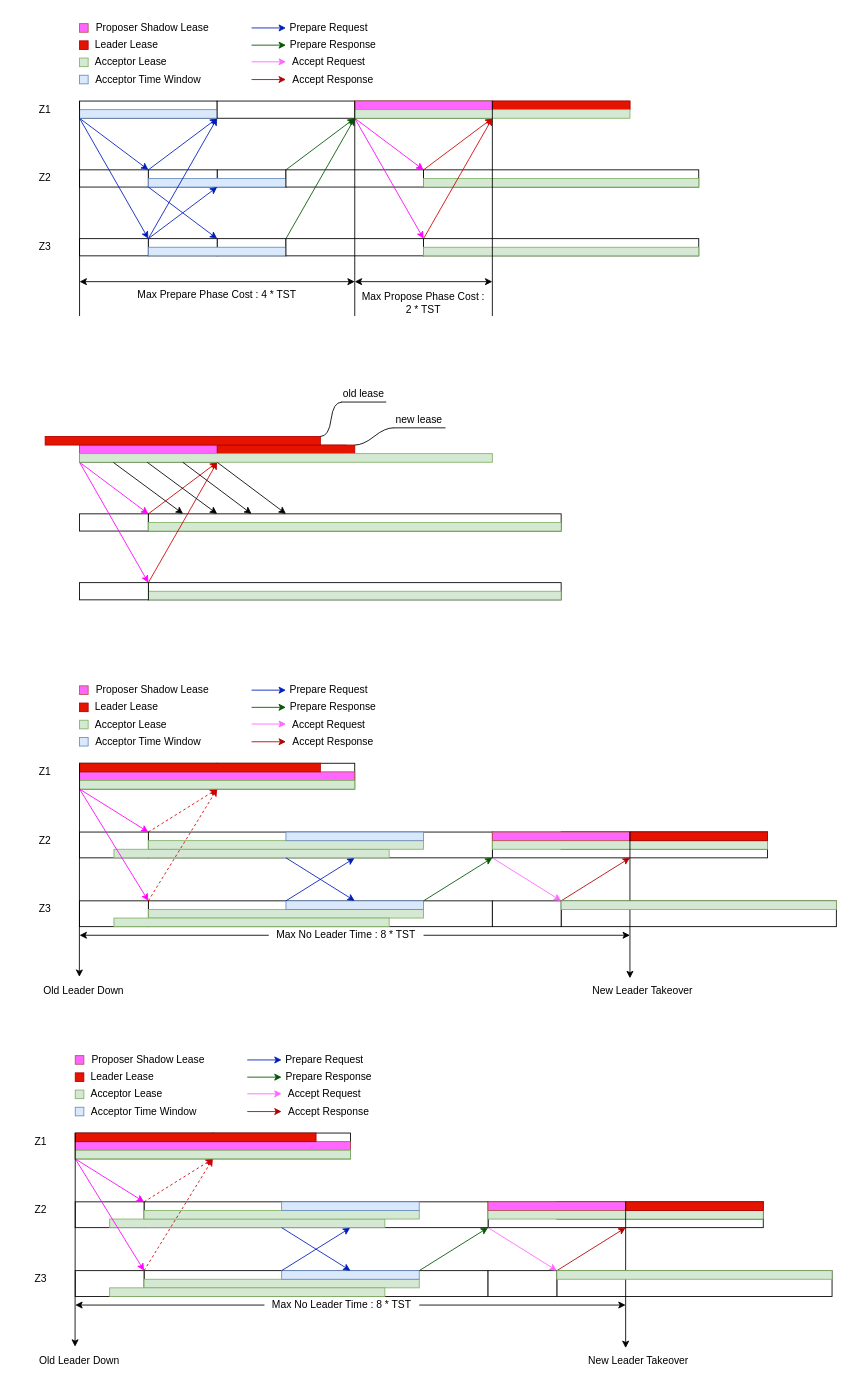
Earlier version of the draw.io diagram page "第 1 页" (1 of 2) of 未命名绘图.drawio (fengdeyiji/election). Source tidied: cells renumbered, new cells numbered last; positions are measured from the earlier drawing's top-left corner, leaving out a move shared by most shapes. Both pictures are drawn from the tidied source at 86%, with x=0, y=0 at pixel (15, 15).
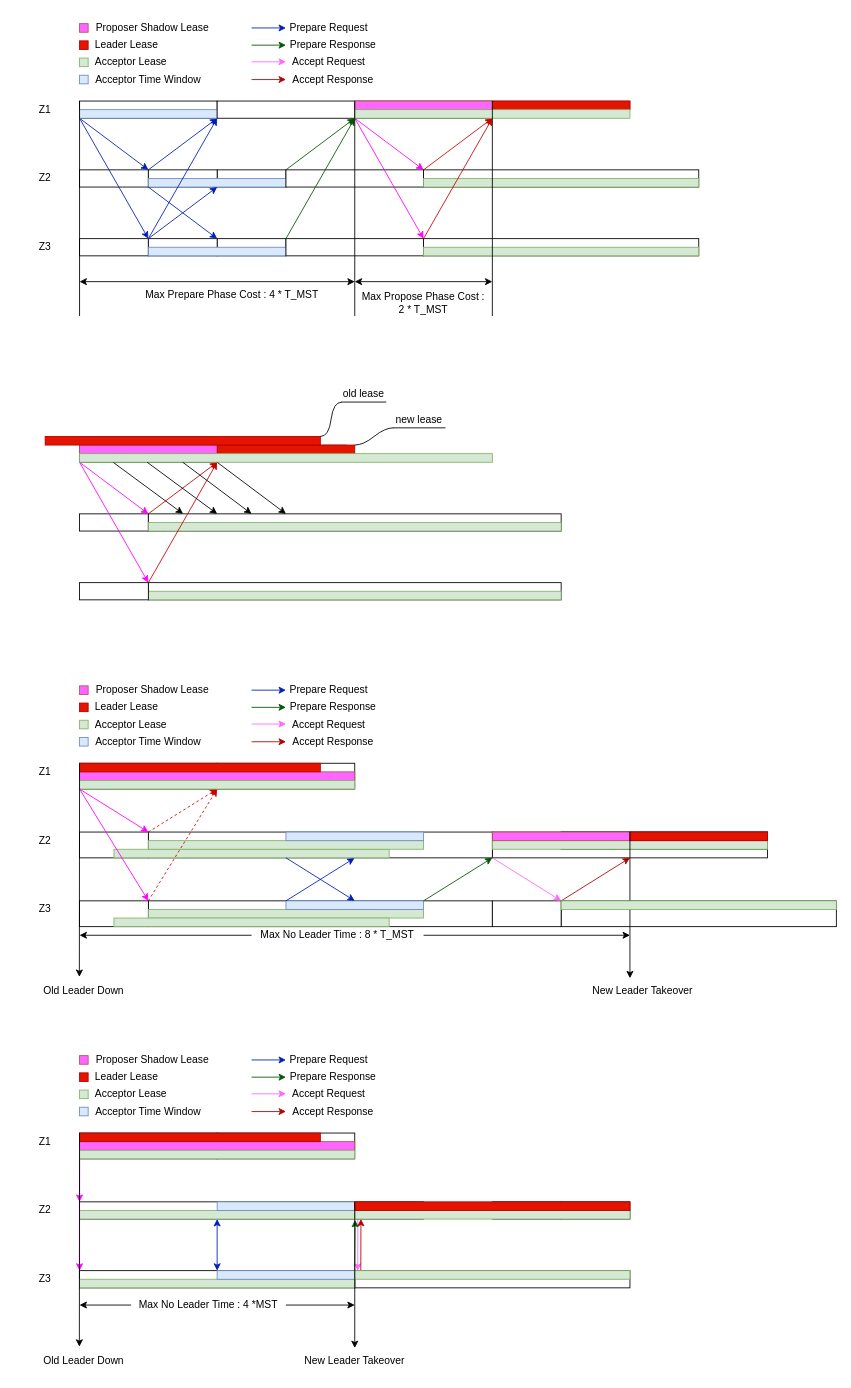
The same page after the edit.

Commit message:
更新未命名绘图.drawio

Change to the diagram source:
```diff
@@
-    <mxCell id="56" value="Max Prepare Phase Cost : 4 * TST" style="text;html=1;strokeColor=none;fillColor=none;align=center;verticalAlign=middle;whiteSpace=wrap;rounded=0;" parent="1" vertex="1">
-      <mxGeometry x="140" y="310" width="190" height="30" as="geometry" />
+    <mxCell id="56" value="Max Prepare Phase Cost : 4 * T_MST" style="text;html=1;strokeColor=none;fillColor=none;align=center;verticalAlign=middle;whiteSpace=wrap;rounded=0;" parent="1" vertex="1">
+      <mxGeometry x="140" y="310" width="225" height="30" as="geometry" />
     </mxCell>
@@
-    <mxCell id="67" value="Max Propose Phase Cost : &lt;br&gt;2 * TST" style="text;html=1;strokeColor=none;fillColor=none;align=center;verticalAlign=middle;whiteSpace=wrap;rounded=0;" parent="1" vertex="1">
+    <mxCell id="67" value="Max Propose Phase Cost : &lt;br&gt;2 * T_MST" style="text;html=1;strokeColor=none;fillColor=none;align=center;verticalAlign=middle;whiteSpace=wrap;rounded=0;" parent="1" vertex="1">
       <mxGeometry x="380" y="320" width="190" height="30" as="geometry" />
     </mxCell>
@@
-    <mxCell id="116" value="Max No Leader Time : 8 * TST" style="text;html=1;strokeColor=none;fillColor=none;align=center;verticalAlign=middle;whiteSpace=wrap;rounded=0;" parent="1" vertex="1">
-      <mxGeometry x="295" y="1055" width="180" height="30" as="geometry" />
+    <mxCell id="116" value="Max No Leader Time : 8 * T_MST" style="text;html=1;strokeColor=none;fillColor=none;align=center;verticalAlign=middle;whiteSpace=wrap;rounded=0;" parent="1" vertex="1">
+      <mxGeometry x="275" y="1055" width="200" height="30" as="geometry" />
     </mxCell>
@@
-    <mxCell id="143" style="rounded=0;whiteSpace=wrap;html=1;" parent="1" vertex="1">
-      <mxGeometry x="550" y="1380" width="320" height="30" as="geometry" />
-    </mxCell>
     <mxCell id="144" style="rounded=0;whiteSpace=wrap;html=1;" parent="1" vertex="1">
-      <mxGeometry x="150" y="1380" width="400" height="30" as="geometry" />
+      <mxGeometry x="75" y="1380" width="400" height="20" as="geometry" />
     </mxCell>
-    <mxCell id="145" style="rounded=0;whiteSpace=wrap;html=1;" parent="1" vertex="1">
-      <mxGeometry x="70" y="1380" width="80" height="30" as="geometry" />
-    </mxCell>
-    <mxCell id="146" style="rounded=0;whiteSpace=wrap;html=1;fillColor=#d5e8d4;strokeColor=#82b366;" parent="1" vertex="1">
-      <mxGeometry x="110" y="1400" width="320" height="10" as="geometry" />
-    </mxCell>
     <mxCell id="147" style="rounded=0;whiteSpace=wrap;html=1;" parent="1" vertex="1">
-      <mxGeometry x="630" y="1460" width="320" height="30" as="geometry" />
+      <mxGeometry x="395" y="1460" width="320" height="20" as="geometry" />
     </mxCell>
     <mxCell id="148" style="rounded=0;whiteSpace=wrap;html=1;" parent="1" vertex="1">
-      <mxGeometry x="230" y="1300" width="160" height="30" as="geometry" />
+      <mxGeometry x="235" y="1300" width="160" height="30" as="geometry" />
     </mxCell>
     <mxCell id="149" style="rounded=0;whiteSpace=wrap;html=1;" parent="1" vertex="1">
-      <mxGeometry x="150" y="1460" width="400" height="30" as="geometry" />
+      <mxGeometry x="75" y="1460" width="320" height="20" as="geometry" />
     </mxCell>
-    <mxCell id="150" style="endArrow=classic;html=1;rounded=0;exitX=0;exitY=1;exitDx=0;exitDy=0;entryX=1;entryY=0;entryDx=0;entryDy=0;fillColor=#f8cecc;strokeColor=#FF00FF;" parent="1" edge="1" source="152" target="145">
-      <mxGeometry relative="1" as="geometry" />
+    <mxCell id="150" style="endArrow=classic;html=1;rounded=0;exitX=0;exitY=1;exitDx=0;exitDy=0;fillColor=#f8cecc;strokeColor=#FF00FF;" parent="1" edge="1" source="152">
+      <mxGeometry relative="1" as="geometry">
+        <mxPoint x="75" y="1380" as="targetPoint" />
+      </mxGeometry>
     </mxCell>
-    <mxCell id="151" style="rounded=0;whiteSpace=wrap;html=1;" parent="1" vertex="1">
-      <mxGeometry x="70" y="1460" width="80" height="30" as="geometry" />
-    </mxCell>
     <mxCell id="152" style="rounded=0;whiteSpace=wrap;html=1;" parent="1" vertex="1">
-      <mxGeometry x="70" y="1300" width="160" height="30" as="geometry" />
+      <mxGeometry x="75" y="1300" width="160" height="30" as="geometry" />
     </mxCell>
-    <mxCell id="153" style="endArrow=classic;html=1;rounded=0;exitX=1;exitY=0;exitDx=0;exitDy=0;entryX=1;entryY=1;entryDx=0;entryDy=0;fillColor=#e51400;strokeColor=#CC0000;dashed=1;" parent="1" edge="1" source="145" target="152">
-      <mxGeometry relative="1" as="geometry" />
-    </mxCell>
     <mxCell id="154" style="rounded=0;whiteSpace=wrap;html=1;fillColor=#FF66FF;strokeColor=#b85450;" parent="1" vertex="1">
-      <mxGeometry x="70" y="1310" width="320" height="10" as="geometry" />
+      <mxGeometry x="75" y="1310" width="320" height="10" as="geometry" />
     </mxCell>
     <mxCell id="155" style="rounded=0;whiteSpace=wrap;html=1;fillColor=#d5e8d4;strokeColor=#82b366;" parent="1" vertex="1">
-      <mxGeometry x="150" y="1390" width="320" height="10" as="geometry" />
+      <mxGeometry x="75" y="1390" width="320" height="10" as="geometry" />
     </mxCell>
     <mxCell id="156" style="rounded=0;whiteSpace=wrap;html=1;fillColor=#d5e8d4;strokeColor=#82b366;" parent="1" vertex="1">
-      <mxGeometry x="150" y="1470" width="320" height="10" as="geometry" />
+      <mxGeometry x="75" y="1470" width="320" height="10" as="geometry" />
     </mxCell>
-    <mxCell id="157" style="endArrow=classic;html=1;rounded=0;exitX=0;exitY=1;exitDx=0;exitDy=0;entryX=1;entryY=0;entryDx=0;entryDy=0;fillColor=#f8cecc;strokeColor=#FF00FF;" parent="1" edge="1" source="152" target="151">
-      <mxGeometry relative="1" as="geometry" />
+    <mxCell id="157" style="endArrow=classic;html=1;rounded=0;exitX=0;exitY=1;exitDx=0;exitDy=0;fillColor=#f8cecc;strokeColor=#FF00FF;" parent="1" edge="1" source="152">
+      <mxGeometry relative="1" as="geometry">
+        <mxPoint x="75" y="1460" as="targetPoint" />
+      </mxGeometry>
     </mxCell>
-    <mxCell id="158" style="endArrow=classic;html=1;rounded=0;exitX=1;exitY=0;exitDx=0;exitDy=0;entryX=1;entryY=1;entryDx=0;entryDy=0;fillColor=#e51400;strokeColor=#CC0000;dashed=1;" parent="1" edge="1" source="151" target="152">
-      <mxGeometry relative="1" as="geometry" />
-    </mxCell>
     <mxCell id="159" style="rounded=0;whiteSpace=wrap;html=1;fillColor=#d5e8d4;strokeColor=#82b366;" parent="1" vertex="1">
-      <mxGeometry x="70" y="1320" width="320" height="10" as="geometry" />
+      <mxGeometry x="75" y="1320" width="320" height="10" as="geometry" />
     </mxCell>
     <mxCell id="160" style="rounded=0;whiteSpace=wrap;html=1;fillColor=#d5e8d4;strokeColor=#82b366;" parent="1" vertex="1">
-      <mxGeometry x="70" y="1250" width="10" height="10" as="geometry" />
+      <mxGeometry x="75" y="1250" width="10" height="10" as="geometry" />
     </mxCell>
     <mxCell id="161" style="rounded=0;whiteSpace=wrap;html=1;fillColor=#FF66FF;strokeColor=#b85450;" parent="1" vertex="1">
-      <mxGeometry x="70" y="1210" width="10" height="10" as="geometry" />
+      <mxGeometry x="75" y="1210" width="10" height="10" as="geometry" />
     </mxCell>
     <mxCell id="162" style="rounded=0;whiteSpace=wrap;html=1;fillColor=#dae8fc;strokeColor=#6c8ebf;" parent="1" vertex="1">
-      <mxGeometry x="70" y="1270" width="10" height="10" as="geometry" />
+      <mxGeometry x="75" y="1270" width="10" height="10" as="geometry" />
     </mxCell>
     <mxCell id="163" style="rounded=0;whiteSpace=wrap;html=1;fillColor=#e51400;strokeColor=#B20000;fontColor=#ffffff;" parent="1" vertex="1">
-      <mxGeometry x="70" y="1230" width="10" height="10" as="geometry" />
+      <mxGeometry x="75" y="1230" width="10" height="10" as="geometry" />
     </mxCell>
     <mxCell id="164" value="Acceptor Lease" style="text;html=1;strokeColor=none;fillColor=none;align=center;verticalAlign=middle;whiteSpace=wrap;rounded=0;" parent="1" vertex="1">
-      <mxGeometry x="80" y="1240" width="100" height="30" as="geometry" />
+      <mxGeometry x="85" y="1240" width="100" height="30" as="geometry" />
     </mxCell>
     <mxCell id="165" value="Acceptor Time Window" style="text;html=1;strokeColor=none;fillColor=none;align=center;verticalAlign=middle;whiteSpace=wrap;rounded=0;" parent="1" vertex="1">
-      <mxGeometry x="80" y="1260" width="140" height="30" as="geometry" />
+      <mxGeometry x="85" y="1260" width="140" height="30" as="geometry" />
     </mxCell>
     <mxCell id="166" value="Proposer Shadow Lease" style="text;html=1;strokeColor=none;fillColor=none;align=center;verticalAlign=middle;whiteSpace=wrap;rounded=0;" parent="1" vertex="1">
-      <mxGeometry x="80" y="1200" width="150" height="30" as="geometry" />
+      <mxGeometry x="85" y="1200" width="150" height="30" as="geometry" />
     </mxCell>
     <mxCell id="167" value="Leader Lease" style="text;html=1;strokeColor=none;fillColor=none;align=center;verticalAlign=middle;whiteSpace=wrap;rounded=0;" parent="1" vertex="1">
-      <mxGeometry x="80" y="1220" width="90" height="30" as="geometry" />
+      <mxGeometry x="85" y="1220" width="90" height="30" as="geometry" />
     </mxCell>
     <mxCell id="168" value="Z1" style="text;html=1;strokeColor=none;fillColor=none;align=center;verticalAlign=middle;whiteSpace=wrap;rounded=0;" parent="1" vertex="1">
-      <mxGeometry y="1295" width="60" height="30" as="geometry" />
+      <mxGeometry x="5" y="1295" width="60" height="30" as="geometry" />
     </mxCell>
     <mxCell id="169" value="Z2" style="text;html=1;strokeColor=none;fillColor=none;align=center;verticalAlign=middle;whiteSpace=wrap;rounded=0;" parent="1" vertex="1">
-      <mxGeometry y="1375" width="60" height="30" as="geometry" />
+      <mxGeometry x="5" y="1375" width="60" height="30" as="geometry" />
     </mxCell>
     <mxCell id="170" value="Z3" style="text;html=1;strokeColor=none;fillColor=none;align=center;verticalAlign=middle;whiteSpace=wrap;rounded=0;" parent="1" vertex="1">
-      <mxGeometry y="1455" width="60" height="30" as="geometry" />
+      <mxGeometry x="5" y="1455" width="60" height="30" as="geometry" />
     </mxCell>
     <mxCell id="171" style="endArrow=classic;html=1;rounded=0;fillColor=#0050ef;strokeColor=#001DBC;" parent="1" edge="1">
       <mxGeometry relative="1" as="geometry">
-        <mxPoint x="270" y="1215" as="sourcePoint" />
-        <mxPoint x="310" y="1215" as="targetPoint" />
+        <mxPoint x="275" y="1215" as="sourcePoint" />
+        <mxPoint x="315" y="1215" as="targetPoint" />
       </mxGeometry>
     </mxCell>
     <mxCell id="172" style="endArrow=classic;html=1;rounded=0;fillColor=#008a00;strokeColor=#005700;" parent="1" edge="1">
       <mxGeometry relative="1" as="geometry">
-        <mxPoint x="270" y="1235" as="sourcePoint" />
-        <mxPoint x="310" y="1235" as="targetPoint" />
+        <mxPoint x="275" y="1235" as="sourcePoint" />
+        <mxPoint x="315" y="1235" as="targetPoint" />
       </mxGeometry>
     </mxCell>
     <mxCell id="173" style="endArrow=classic;html=1;rounded=0;strokeColor=#FF66FF;" parent="1" edge="1">
       <mxGeometry relative="1" as="geometry">
-        <mxPoint x="270" y="1254.4" as="sourcePoint" />
-        <mxPoint x="310" y="1254.4" as="targetPoint" />
+        <mxPoint x="275" y="1254.4" as="sourcePoint" />
+        <mxPoint x="315" y="1254.4" as="targetPoint" />
       </mxGeometry>
     </mxCell>
     <mxCell id="174" style="endArrow=classic;html=1;rounded=0;fillColor=#e51400;strokeColor=#B20000;" parent="1" edge="1">
       <mxGeometry relative="1" as="geometry">
-        <mxPoint x="270" y="1275" as="sourcePoint" />
-        <mxPoint x="310" y="1275" as="targetPoint" />
+        <mxPoint x="275" y="1275" as="sourcePoint" />
+        <mxPoint x="315" y="1275" as="targetPoint" />
       </mxGeometry>
     </mxCell>
     <mxCell id="175" value="Accept Request" style="text;html=1;strokeColor=none;fillColor=none;align=center;verticalAlign=middle;whiteSpace=wrap;rounded=0;" parent="1" vertex="1">
-      <mxGeometry x="310" y="1240" width="100" height="30" as="geometry" />
+      <mxGeometry x="315" y="1240" width="100" height="30" as="geometry" />
     </mxCell>
     <mxCell id="176" value="Accept Response" style="text;html=1;strokeColor=none;fillColor=none;align=center;verticalAlign=middle;whiteSpace=wrap;rounded=0;" parent="1" vertex="1">
-      <mxGeometry x="310" y="1260" width="110" height="30" as="geometry" />
+      <mxGeometry x="315" y="1260" width="110" height="30" as="geometry" />
     </mxCell>
     <mxCell id="177" value="Prepare Request" style="text;html=1;strokeColor=none;fillColor=none;align=center;verticalAlign=middle;whiteSpace=wrap;rounded=0;" parent="1" vertex="1">
-      <mxGeometry x="310" y="1200" width="100" height="30" as="geometry" />
+      <mxGeometry x="315" y="1200" width="100" height="30" as="geometry" />
     </mxCell>
     <mxCell id="178" value="Prepare Response" style="text;html=1;strokeColor=none;fillColor=none;align=center;verticalAlign=middle;whiteSpace=wrap;rounded=0;" parent="1" vertex="1">
-      <mxGeometry x="310" y="1220" width="110" height="30" as="geometry" />
+      <mxGeometry x="315" y="1220" width="110" height="30" as="geometry" />
     </mxCell>
     <mxCell id="179" style="rounded=0;whiteSpace=wrap;html=1;fillColor=#dae8fc;strokeColor=#6c8ebf;" parent="1" vertex="1">
-      <mxGeometry x="310" y="1380" width="160" height="10" as="geometry" />
+      <mxGeometry x="235" y="1380" width="160" height="10" as="geometry" />
     </mxCell>
     <mxCell id="180" style="rounded=0;whiteSpace=wrap;html=1;fillColor=#dae8fc;strokeColor=#6c8ebf;" parent="1" vertex="1">
-      <mxGeometry x="310" y="1460" width="160" height="10" as="geometry" />
+      <mxGeometry x="235" y="1460" width="160" height="10" as="geometry" />
     </mxCell>
-    <mxCell id="181" style="rounded=0;whiteSpace=wrap;html=1;" parent="1" vertex="1">
-      <mxGeometry x="550" y="1460" width="80" height="30" as="geometry" />
-    </mxCell>
     <mxCell id="182" style="rounded=0;whiteSpace=wrap;html=1;fillColor=#e51400;strokeColor=#B20000;fontColor=#ffffff;" parent="1" vertex="1">
-      <mxGeometry x="70" y="1300" width="280" height="10" as="geometry" />
+      <mxGeometry x="75" y="1300" width="280" height="10" as="geometry" />
     </mxCell>
     <mxCell id="183" value="Old Leader Down" style="text;html=1;strokeColor=none;fillColor=none;align=center;verticalAlign=middle;whiteSpace=wrap;rounded=0;" parent="1" vertex="1">
-      <mxGeometry x="26.2" y="1550" width="97.5" height="30" as="geometry" />
+      <mxGeometry x="31.2" y="1550" width="97.5" height="30" as="geometry" />
     </mxCell>
-    <mxCell id="184" style="endArrow=classic;html=1;rounded=0;strokeColor=#001DBC;fillColor=#0050ef;entryX=0.874;entryY=1.032;entryDx=0;entryDy=0;entryPerimeter=0;" parent="1" edge="1" target="146">
-      <mxGeometry relative="1" as="geometry">
-        <mxPoint x="310" y="1460" as="sourcePoint" />
-      </mxGeometry>
-    </mxCell>
-    <mxCell id="185" style="endArrow=classic;html=1;rounded=0;strokeColor=#001DBC;entryX=0.5;entryY=0;entryDx=0;entryDy=0;fillColor=#0050ef;" parent="1" edge="1" target="180">
-      <mxGeometry relative="1" as="geometry">
-        <mxPoint x="310" y="1410" as="sourcePoint" />
-      </mxGeometry>
+    <mxCell id="185" style="endArrow=classic;html=1;rounded=0;strokeColor=#001DBC;entryX=0;entryY=0;entryDx=0;entryDy=0;fillColor=#0050ef;exitX=0.5;exitY=1;exitDx=0;exitDy=0;startArrow=classic;startFill=1;" parent="1" edge="1" source="155" target="180">
+      <mxGeometry relative="1" as="geometry" />
     </mxCell>
-    <mxCell id="186" style="endArrow=classic;html=1;rounded=0;strokeColor=#005700;exitX=1;exitY=0;exitDx=0;exitDy=0;entryX=1;entryY=1;entryDx=0;entryDy=0;fillColor=#008a00;" parent="1" edge="1" source="180" target="144">
-      <mxGeometry relative="1" as="geometry" />
-    </mxCell>
     <mxCell id="187" style="rounded=0;whiteSpace=wrap;html=1;" parent="1" vertex="1">
-      <mxGeometry x="630" y="1380" width="80" height="20" as="geometry" />
+      <mxGeometry x="555" y="1380" width="80" height="20" as="geometry" />
     </mxCell>
-    <mxCell id="188" style="endArrow=classic;html=1;rounded=0;strokeColor=#FF66FF;exitX=1;exitY=1;exitDx=0;exitDy=0;entryX=1;entryY=0;entryDx=0;entryDy=0;" parent="1" edge="1" source="144" target="181">
+    <mxCell id="188" style="endArrow=classic;html=1;rounded=0;strokeColor=#FF66FF;exitX=0.809;exitY=1.051;exitDx=0;exitDy=0;entryX=0.011;entryY=0.022;entryDx=0;entryDy=0;exitPerimeter=0;entryPerimeter=0;" parent="1" edge="1" source="144" target="201">
       <mxGeometry relative="1" as="geometry" />
     </mxCell>
-    <mxCell id="189" style="endArrow=classic;html=1;rounded=0;strokeColor=#B20000;exitX=0;exitY=0;exitDx=0;exitDy=0;fillColor=#e51400;" parent="1" edge="1">
-      <mxGeometry relative="1" as="geometry">
-        <mxPoint x="630" y="1460" as="sourcePoint" />
-        <mxPoint x="710" y="1410" as="targetPoint" />
-      </mxGeometry>
+    <mxCell id="189" style="endArrow=classic;html=1;rounded=0;strokeColor=#B20000;exitX=0.022;exitY=-0.044;exitDx=0;exitDy=0;fillColor=#e51400;entryX=0.818;entryY=0.994;entryDx=0;entryDy=0;entryPerimeter=0;exitPerimeter=0;" parent="1" edge="1" source="201" target="144">
+      <mxGeometry relative="1" as="geometry" />
     </mxCell>
     <mxCell id="190" style="rounded=0;whiteSpace=wrap;html=1;" parent="1" vertex="1">
-      <mxGeometry x="710" y="1380" width="160" height="20" as="geometry" />
+      <mxGeometry x="635" y="1380" width="80" height="20" as="geometry" />
     </mxCell>
     <mxCell id="191" style="rounded=0;whiteSpace=wrap;html=1;fillColor=#d5e8d4;strokeColor=#82b366;" parent="1" vertex="1">
-      <mxGeometry x="550" y="1390" width="320" height="10" as="geometry" />
+      <mxGeometry x="395" y="1390" width="320" height="10" as="geometry" />
     </mxCell>
-    <mxCell id="192" style="rounded=0;whiteSpace=wrap;html=1;fillColor=#FF66FF;strokeColor=#b85450;" parent="1" vertex="1">
-      <mxGeometry x="550" y="1380" width="320" height="10" as="geometry" />
-    </mxCell>
     <mxCell id="193" style="rounded=0;whiteSpace=wrap;html=1;fillColor=#e51400;strokeColor=#B20000;fontColor=#ffffff;" parent="1" vertex="1">
-      <mxGeometry x="710" y="1380" width="160" height="10" as="geometry" />
+      <mxGeometry x="395" y="1380" width="320" height="10" as="geometry" />
     </mxCell>
-    <mxCell id="194" style="endArrow=classic;html=1;rounded=0;strokeColor=#000000;exitX=0;exitY=0;exitDx=0;exitDy=0;" parent="1" edge="1" source="193">
-      <mxGeometry relative="1" as="geometry">
-        <mxPoint x="710" y="1550" as="targetPoint" />
-      </mxGeometry>
-    </mxCell>
     <mxCell id="195" value="New Leader Takeover" style="text;html=1;strokeColor=none;fillColor=none;align=center;verticalAlign=middle;whiteSpace=wrap;rounded=0;" parent="1" vertex="1">
-      <mxGeometry x="660" y="1550" width="130" height="30" as="geometry" />
+      <mxGeometry x="330" y="1550" width="130" height="30" as="geometry" />
     </mxCell>
     <mxCell id="196" style="endArrow=classic;startArrow=none;html=1;rounded=0;strokeColor=#000000;" parent="1" edge="1" source="197">
       <mxGeometry relative="1" as="geometry">
-        <mxPoint x="710" y="1500" as="targetPoint" />
+        <mxPoint x="395" y="1500" as="targetPoint" />
       </mxGeometry>
     </mxCell>
-    <mxCell id="197" value="Max No Leader Time : 8 * TST" style="text;html=1;strokeColor=none;fillColor=none;align=center;verticalAlign=middle;whiteSpace=wrap;rounded=0;" parent="1" vertex="1">
-      <mxGeometry x="290" y="1485" width="180" height="30" as="geometry" />
+    <mxCell id="197" value="Max No Leader Time : 4 *MST" style="text;html=1;strokeColor=none;fillColor=none;align=center;verticalAlign=middle;whiteSpace=wrap;rounded=0;" parent="1" vertex="1">
+      <mxGeometry x="135" y="1485" width="180" height="30" as="geometry" />
     </mxCell>
     <mxCell id="198" style="endArrow=none;startArrow=classic;html=1;rounded=0;strokeColor=#000000;" parent="1" edge="1" target="197">
       <mxGeometry relative="1" as="geometry">
-        <mxPoint x="70" y="1500" as="sourcePoint" />
+        <mxPoint x="75" y="1500" as="sourcePoint" />
       </mxGeometry>
     </mxCell>
@@
-    <mxCell id="200" style="rounded=0;whiteSpace=wrap;html=1;fillColor=#d5e8d4;strokeColor=#82b366;" parent="1" vertex="1">
-      <mxGeometry x="110" y="1480" width="320" height="10" as="geometry" />
-    </mxCell>
     <mxCell id="201" style="rounded=0;whiteSpace=wrap;html=1;fillColor=#d5e8d4;strokeColor=#82b366;" parent="1" vertex="1">
-      <mxGeometry x="630" y="1460" width="320" height="10" as="geometry" />
+      <mxGeometry x="395" y="1460" width="320" height="10" as="geometry" />
     </mxCell>
+    <mxCell id="186" style="endArrow=classic;html=1;rounded=0;strokeColor=#005700;exitX=1;exitY=0;exitDx=0;exitDy=0;entryX=0.801;entryY=1.051;entryDx=0;entryDy=0;fillColor=#008a00;entryPerimeter=0;" parent="1" edge="1" source="180" target="144">
+      <mxGeometry relative="1" as="geometry" />
+    </mxCell>
+    <mxCell id="202" style="endArrow=classic;html=1;rounded=0;fontSize=26;exitX=0;exitY=0;exitDx=0;exitDy=0;" parent="1" edge="1" source="193">
+      <mxGeometry relative="1" as="geometry">
+        <mxPoint x="395" y="1550" as="targetPoint" />
+      </mxGeometry>
+    </mxCell>
```
